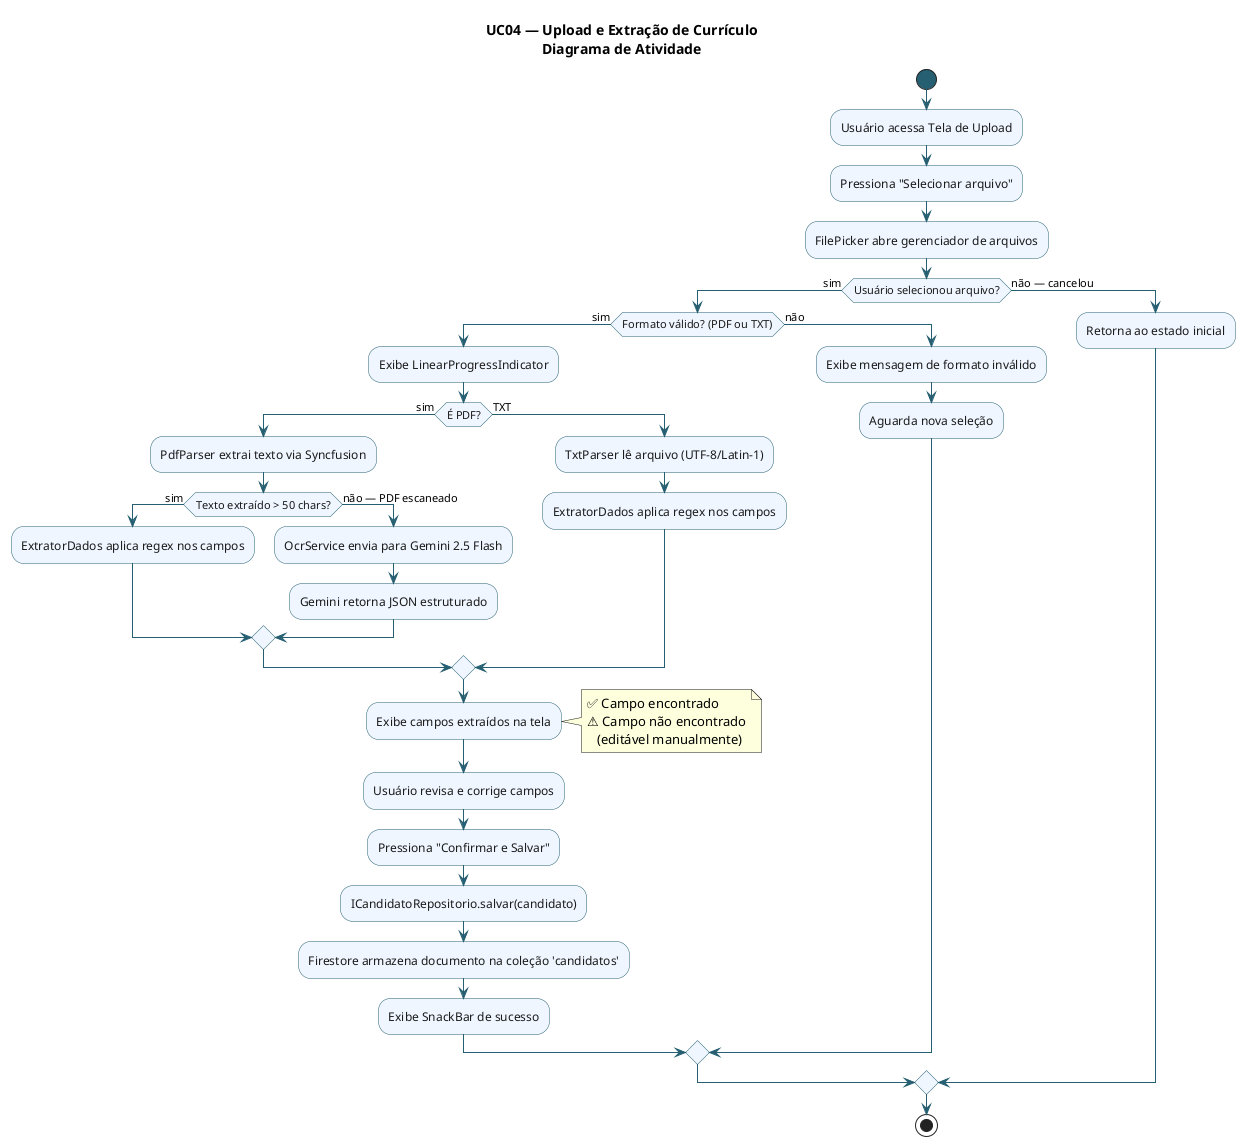
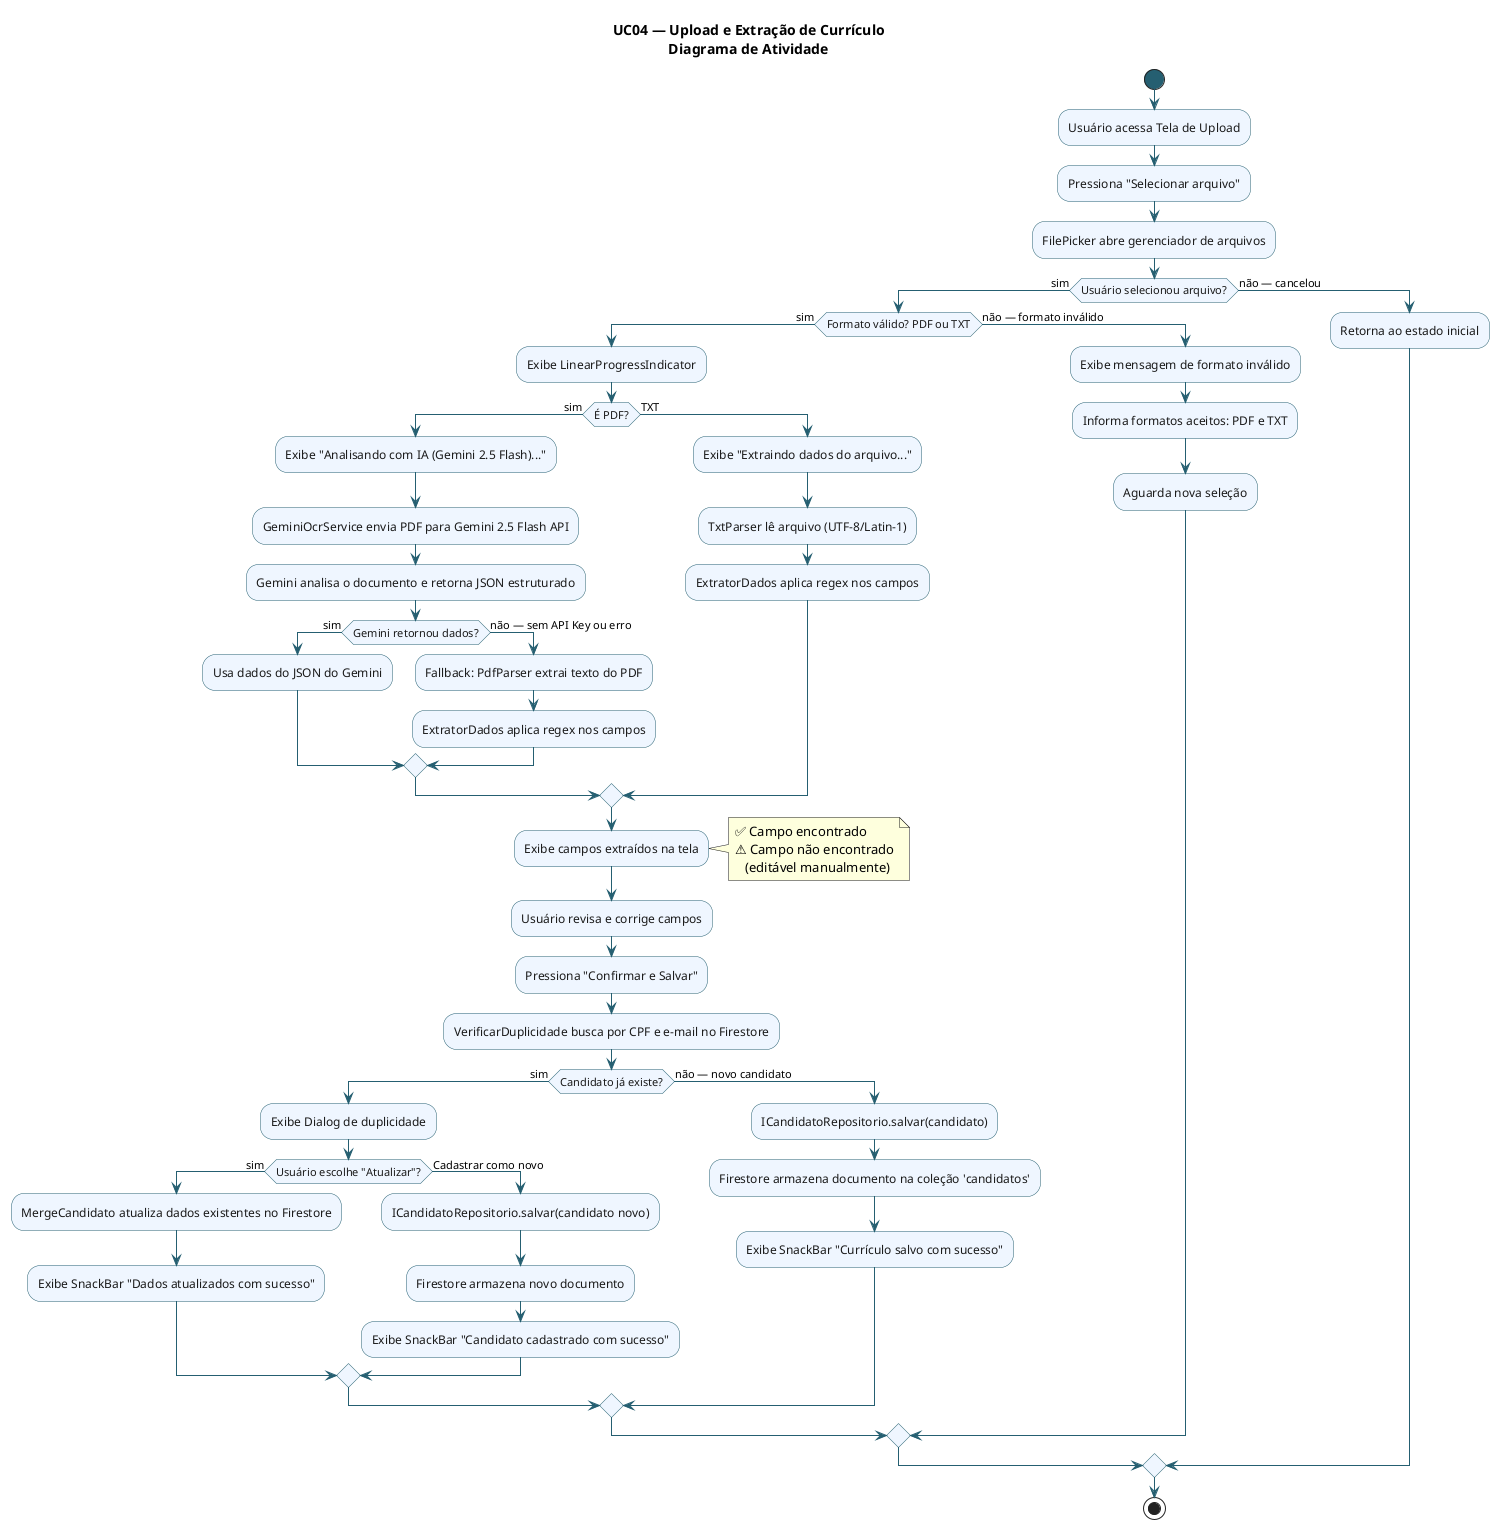
@startuml UC04-Upload-Curriculo-Atividade

title UC04 — Upload e Extração de Currículo\nDiagrama de Atividade

skinparam backgroundColor #FFFFFF
skinparam activityBackgroundColor #EFF6FF
skinparam activityBorderColor #255F71
skinparam activityFontColor #1A1A1A
skinparam activityArrowColor #255F71
skinparam activityStartColor #255F71
skinparam activityEndColor #255F71
skinparam decisionBackgroundColor #FFF7ED
skinparam decisionBorderColor #F48C68
+ skinparam decisionFontColor #1A1A1A

start

:Usuário acessa Tela de Upload;
:Pressiona "Selecionar arquivo";
:FilePicker abre gerenciador de arquivos;

if (Usuário selecionou arquivo?) then (sim)
-   if (Formato válido? (PDF ou TXT)) then (sim)
+   if (Formato válido? PDF ou TXT) then (sim)
    :Exibe LinearProgressIndicator;
+ 
    if (É PDF?) then (sim)
-       :PdfParser extrai texto via Syncfusion;
-       if (Texto extraído > 50 chars?) then (sim)
+       :Exibe "Analisando com IA (Gemini 2.5 Flash)...";
+       :GeminiOcrService envia PDF para Gemini 2.5 Flash API;
+       :Gemini analisa o documento e retorna JSON estruturado;
+ 
+       if (Gemini retornou dados?) then (sim)
+         :Usa dados do JSON do Gemini;
+       else (não — sem API Key ou erro)
+         :Fallback: PdfParser extrai texto do PDF;
        :ExtratorDados aplica regex nos campos;
-       else (não — PDF escaneado)
-         :OcrService envia para Gemini 2.5 Flash;
-         :Gemini retorna JSON estruturado;
      endif
+ 
    else (TXT)
+       :Exibe "Extraindo dados do arquivo...";
      :TxtParser lê arquivo (UTF-8/Latin-1);
      :ExtratorDados aplica regex nos campos;
    endif
+ 
    :Exibe campos extraídos na tela;
    note right
      ✅ Campo encontrado
      ⚠️ Campo não encontrado
         (editável manualmente)
    end note
+ 
    :Usuário revisa e corrige campos;
    :Pressiona "Confirmar e Salvar";
-     :ICandidatoRepositorio.salvar(candidato);
-     :Firestore armazena documento na coleção 'candidatos';
-     :Exibe SnackBar de sucesso;
-   else (não)
+ 
+     :VerificarDuplicidade busca por CPF e e-mail no Firestore;
+ 
+     if (Candidato já existe?) then (sim)
+       :Exibe Dialog de duplicidade;
+ 
+       if (Usuário escolhe "Atualizar"?) then (sim)
+         :MergeCandidato atualiza dados existentes no Firestore;
+         :Exibe SnackBar "Dados atualizados com sucesso";
+       else (Cadastrar como novo)
+         :ICandidatoRepositorio.salvar(candidato novo);
+         :Firestore armazena novo documento;
+         :Exibe SnackBar "Candidato cadastrado com sucesso";
+       endif
+ 
+     else (não — novo candidato)
+       :ICandidatoRepositorio.salvar(candidato);
+       :Firestore armazena documento na coleção 'candidatos';
+       :Exibe SnackBar "Currículo salvo com sucesso";
+     endif
+ 
+   else (não — formato inválido)
    :Exibe mensagem de formato inválido;
+     :Informa formatos aceitos: PDF e TXT;
    :Aguarda nova seleção;
  endif
+ 
else (não — cancelou)
  :Retorna ao estado inicial;
endif

stop

@enduml
